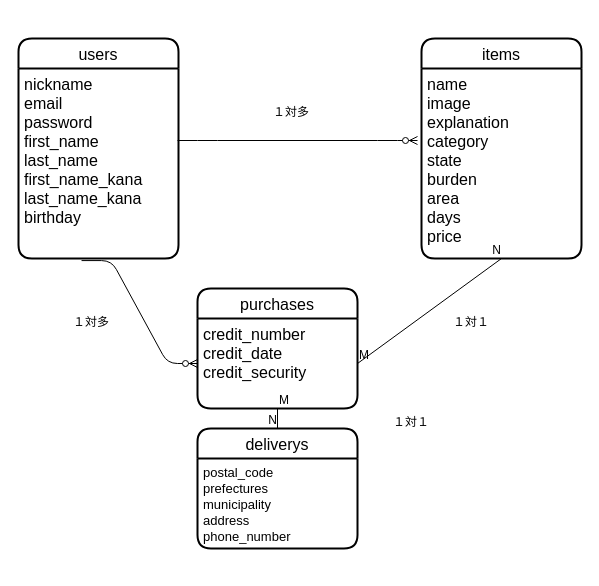
Above: er.dio in sango735/furima-33947 (draw.io), before the change. Source tidied: cells renumbered, new cells numbered last; positions are measured from the earlier drawing's top-left corner, leaving out a move shared by most shapes. Both pictures are drawn from the tidied source at 100%, with x=0, y=0 at pixel (18, 38).
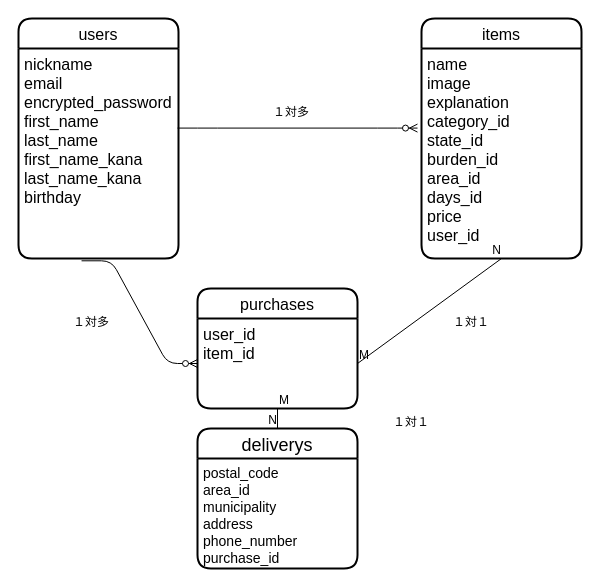
The same diagram, later.

Commit message (it also covers changes not shown here):
指摘箇所の修正

The change refers to these unchanged cells:
```xml
<mxCell id="6" value="purchases" style="swimlane;horizontal=1;startSize=30;rounded=1;fontSize=16;fontStyle=0;strokeWidth=2;shadow=0;dashed=0;align=center;" parent="1" vertex="1">
  <mxGeometry x="179" y="250" width="160" height="120" as="geometry" />
</mxCell>
```

What changed in the source:
```diff
@@
     <mxCell id="2" value="users" style="swimlane;horizontal=1;startSize=30;rounded=1;fontSize=16;fontStyle=0;strokeWidth=2;shadow=0;dashed=0;align=center;" parent="1" vertex="1">
-      <mxGeometry width="160" height="220" as="geometry" />
+      <mxGeometry y="-20" width="160" height="240" as="geometry" />
     </mxCell>
-    <mxCell id="3" value="nickname&#10;email&#10;password&#10;first_name&#10;last_name&#10;first_name_kana&#10;last_name_kana&#10;birthday" style="align=left;strokeColor=none;fillColor=none;spacingLeft=4;fontSize=16;verticalAlign=top;" parent="2" vertex="1">
-      <mxGeometry y="30" width="160" height="190" as="geometry" />
+    <mxCell id="3" value="nickname&#10;email&#10;encrypted_password&#10;first_name&#10;last_name&#10;first_name_kana&#10;last_name_kana&#10;birthday" style="align=left;strokeColor=none;fillColor=none;spacingLeft=4;fontSize=16;verticalAlign=top;" parent="2" vertex="1">
+      <mxGeometry y="30" width="160" height="210" as="geometry" />
     </mxCell>
-    <mxCell id="4" value="deliverys" style="swimlane;horizontal=1;startSize=30;rounded=1;fontSize=16;fontStyle=0;strokeWidth=2;shadow=0;dashed=0;align=center;" parent="1" vertex="1">
-      <mxGeometry x="179" y="390" width="160" height="120" as="geometry" />
+    <mxCell id="4" value="deliverys" style="swimlane;horizontal=1;startSize=30;rounded=1;fontSize=18;fontStyle=0;strokeWidth=2;shadow=0;dashed=0;align=center;" parent="1" vertex="1">
+      <mxGeometry x="179" y="390" width="160" height="140" as="geometry" />
     </mxCell>
-    <mxCell id="5" value="postal_code&#10;prefectures&#10;municipality&#10;address&#10;phone_number" style="align=left;strokeColor=none;fillColor=none;spacingLeft=4;fontSize=13;verticalAlign=top;" parent="4" vertex="1">
-      <mxGeometry y="30" width="160" height="90" as="geometry" />
+    <mxCell id="5" value="postal_code&#10;area_id&#10;municipality&#10;address&#10;phone_number&#10;purchase_id" style="align=left;strokeColor=none;fillColor=none;spacingLeft=4;fontSize=14;verticalAlign=top;" parent="4" vertex="1">
+      <mxGeometry y="30" width="160" height="110" as="geometry" />
     </mxCell>
@@
-    <mxCell id="7" value="credit_number&#10;credit_date&#10;credit_security" style="align=left;strokeColor=none;fillColor=none;spacingLeft=4;fontSize=16;verticalAlign=top;" parent="6" vertex="1">
+    <mxCell id="7" value="user_id&#10;item_id" style="align=left;strokeColor=none;fillColor=none;spacingLeft=4;fontSize=16;verticalAlign=top;" parent="6" vertex="1">
       <mxGeometry y="30" width="160" height="90" as="geometry" />
     </mxCell>
     <mxCell id="8" value="items" style="swimlane;horizontal=1;startSize=30;rounded=1;fontSize=16;fontStyle=0;strokeWidth=2;shadow=0;dashed=0;align=center;" parent="1" vertex="1">
-      <mxGeometry x="403" width="160" height="220" as="geometry" />
+      <mxGeometry x="403" y="-20" width="160" height="240" as="geometry" />
     </mxCell>
-    <mxCell id="9" value="name&#10;image&#10;explanation&#10;category&#10;state&#10;burden&#10;area&#10;days&#10;price" style="align=left;strokeColor=none;fillColor=none;spacingLeft=4;fontSize=16;verticalAlign=top;" parent="8" vertex="1">
-      <mxGeometry y="30" width="160" height="190" as="geometry" />
+    <mxCell id="9" value="name&#10;image&#10;explanation&#10;category_id&#10;state_id&#10;burden_id&#10;area_id&#10;days_id&#10;price&#10;user_id" style="align=left;strokeColor=none;fillColor=none;spacingLeft=4;fontSize=16;verticalAlign=top;" parent="8" vertex="1">
+      <mxGeometry y="30" width="160" height="210" as="geometry" />
     </mxCell>
```
